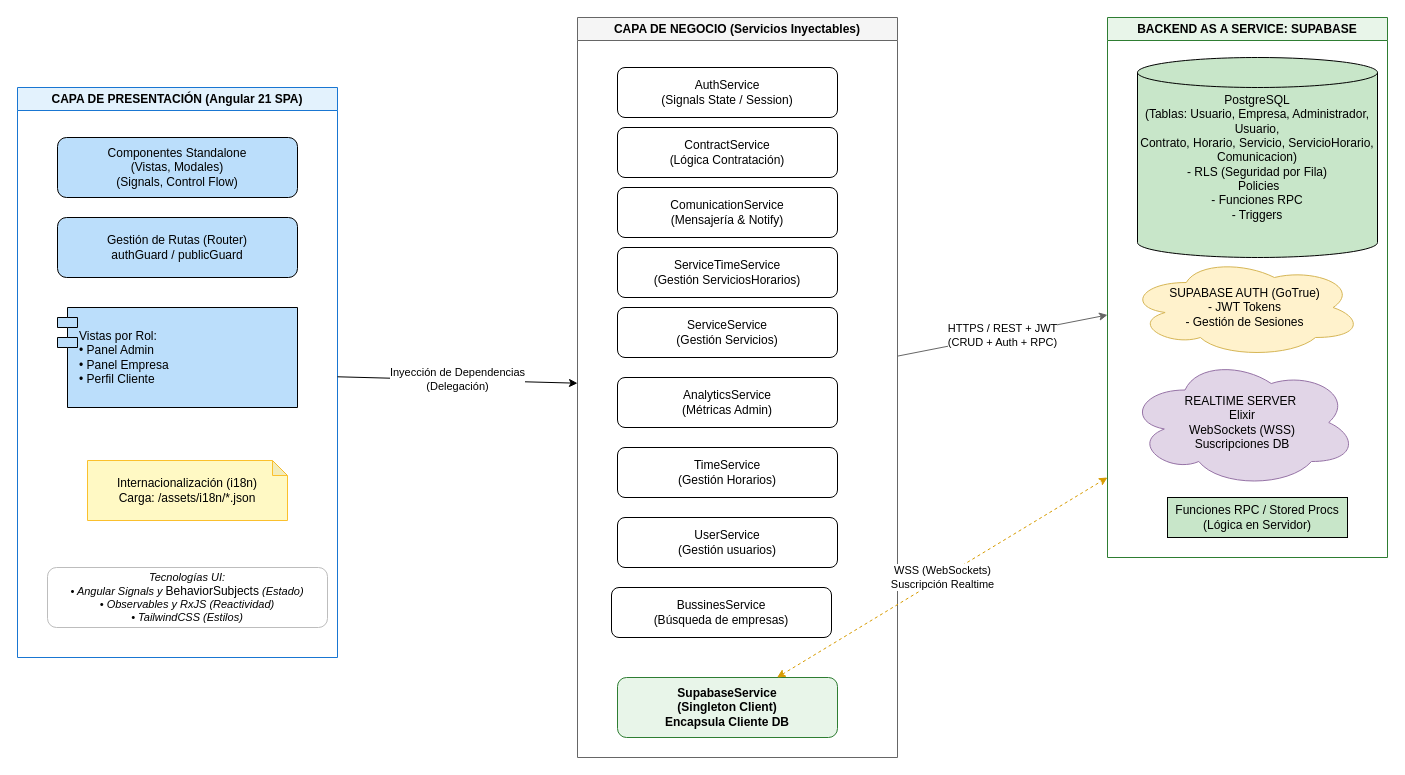
The draw.io diagram docs/diagramas/diagrama_arquitectura.drawio in egilp04/TFG_Cuidados, before the edit. Source tidied: cells renumbered, new cells numbered last; positions are measured from the earlier drawing's top-left corner, leaving out a move shared by most shapes. Both pictures are drawn from the tidied source at 100%, with x=0, y=0 at pixel (17, 17).
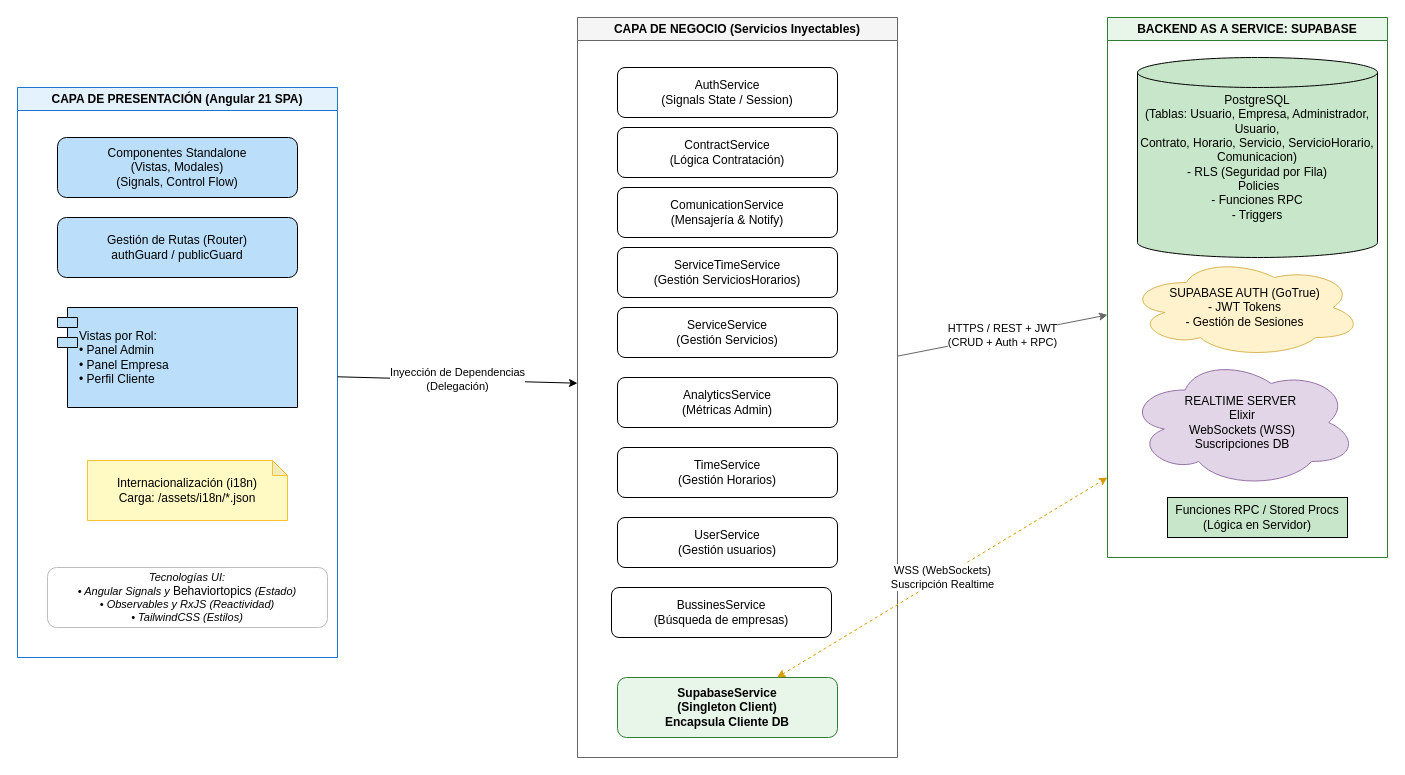
The same page after the edit.

Unchanged cells that the change refers to:
```xml
<mxCell id="2" value="CAPA DE PRESENTACIÓN (Angular 21 SPA)" style="swimlane;whiteSpace=wrap;html=1;fillColor=#E3F2FD;strokeColor=#1976D2;fontStyle=1;" parent="1" vertex="1">
  <mxGeometry y="70" width="320" height="570" as="geometry" />
</mxCell>
```

What changed in the source:
```diff
@@
-    <mxCell id="7" value="Tecnologías UI:&lt;br&gt;• Angular Signals y&amp;nbsp;&lt;span style=&quot;font-size: 12px; font-style: normal;&quot;&gt;BehaviorSubjects&lt;/span&gt;&amp;nbsp;(Estado)&lt;br&gt;• Observables y RxJS (Reactividad)&lt;br&gt;• TailwindCSS (Estilos)" style="rounded=1;whiteSpace=wrap;html=1;fillColor=#FFFFFF;strokeColor=#BDBDBD;fontStyle=2;fontSize=11;" parent="2" vertex="1">
+    <mxCell id="7" value="Tecnologías UI:&lt;br&gt;• Angular Signals y&amp;nbsp;&lt;span style=&quot;font-size: 12px; font-style: normal;&quot;&gt;Behaviortopics&lt;/span&gt;&amp;nbsp;(Estado)&lt;br&gt;• Observables y RxJS (Reactividad)&lt;br&gt;• TailwindCSS (Estilos)" style="rounded=1;whiteSpace=wrap;html=1;fillColor=#FFFFFF;strokeColor=#BDBDBD;fontStyle=2;fontSize=11;" parent="2" vertex="1">
       <mxGeometry x="30" y="480" width="280" height="60" as="geometry" />
     </mxCell>
```
